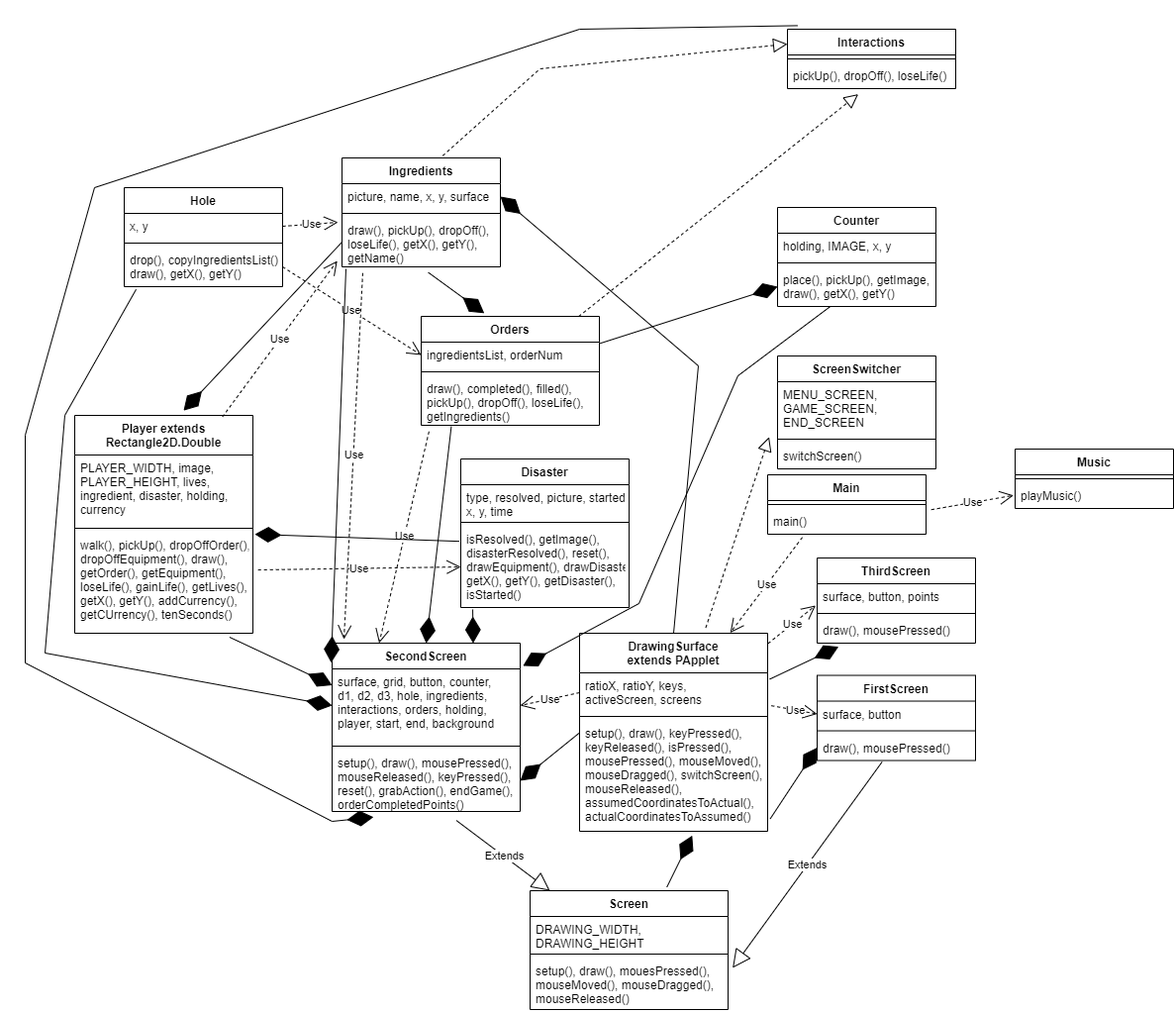
Before: CapstoneProject/doc/UML Final.png, a diagram exported from draw.io (HHSAPCompSci2021/capstoneproject-capstone-iris-chloe-sohum-devil). Source tidied: cells renumbered, new cells last; positions are measured from the earlier drawing's top-left corner, leaving out a move shared by most shapes.
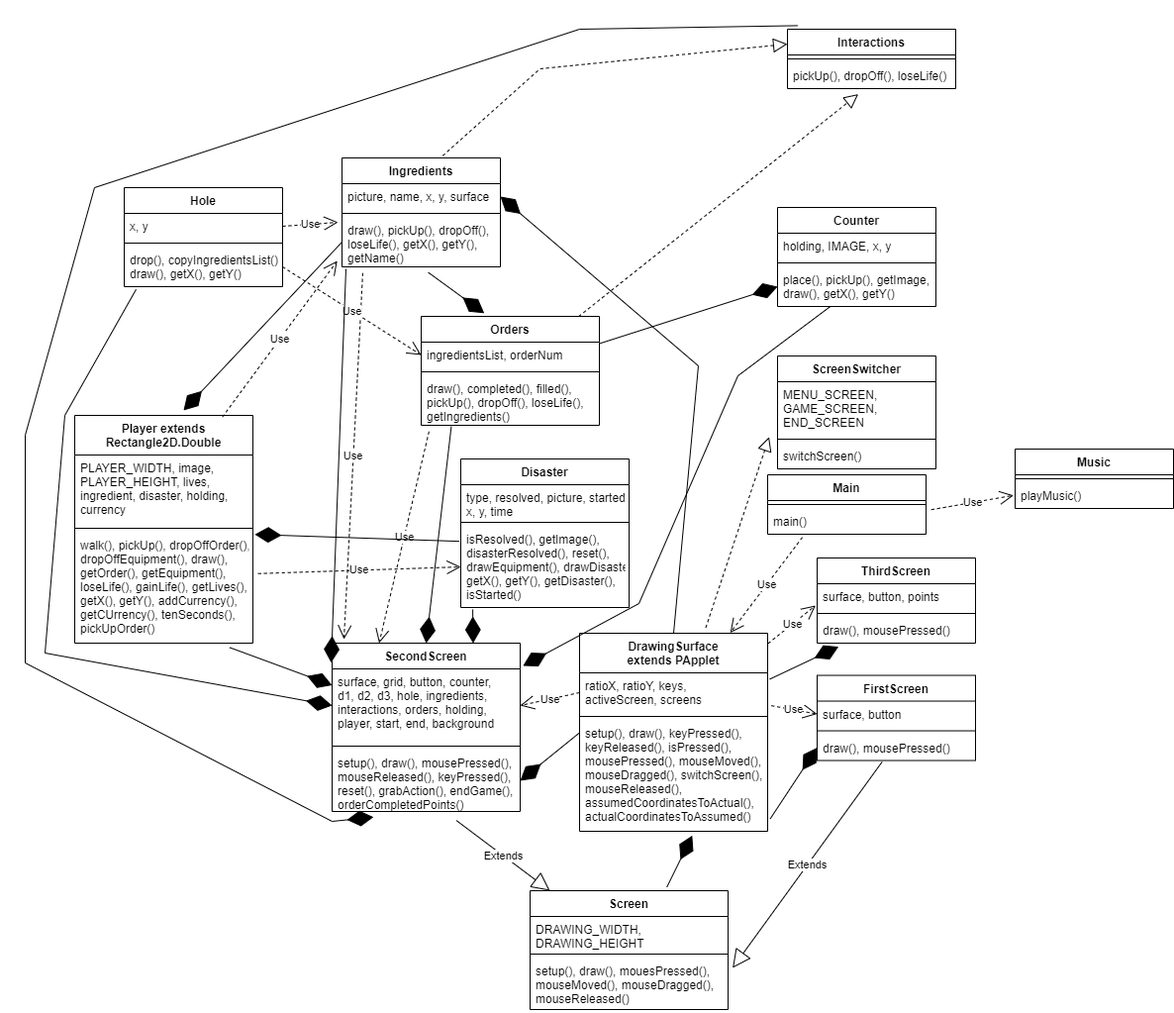
After the commit.

What changed in the source:
```diff
@@ -93,7 +93,7 @@
       <mxGeometry y="60" width="180" height="50" as="geometry" />
     </mxCell>
     <mxCell id="32" value="Player extends&#10;Rectangle2D.Double" style="swimlane;fontStyle=1;align=center;verticalAlign=top;horizontal=1;startSize=40;" parent="1" vertex="1">
-      <mxGeometry x="50" y="390" width="180" height="220" as="geometry" />
+      <mxGeometry x="50" y="390" width="180" height="230" as="geometry" />
     </mxCell>
     <mxCell id="33" value="PLAYER_WIDTH, image,&#10;PLAYER_HEIGHT, lives,&#10;ingredient, disaster, holding,&#10;currency" style="text;strokeColor=none;fillColor=none;align=left;verticalAlign=top;spacingLeft=4;spacingRight=4;overflow=hidden;" parent="32" vertex="1">
       <mxGeometry y="40" width="180" height="70" as="geometry" />
@@ -101,8 +101,8 @@
     <mxCell id="34" style="line;strokeWidth=1;fillColor=none;align=left;verticalAlign=middle;spacingTop=-1;spacingLeft=3;spacingRight=3;labelPosition=right;" parent="32" vertex="1">
       <mxGeometry y="110" width="180" height="8" as="geometry" />
     </mxCell>
-    <mxCell id="35" value="walk(), pickUp(), dropOffOrder(),&#10;dropOffEquipment(), draw(),&#10;getOrder(), getEquipment(),&#10;loseLife(), gainLife(), getLives(),&#10;getX(), getY(), addCurrency(),&#10;getCUrrency(), tenSeconds()" style="text;strokeColor=none;fillColor=none;align=left;verticalAlign=top;spacingLeft=4;spacingRight=4;overflow=hidden;points=[[0,0.5],[1,0.5]];portConstraint=eastwest;" parent="32" vertex="1">
-      <mxGeometry y="118" width="180" height="102" as="geometry" />
+    <mxCell id="35" value="walk(), pickUp(), dropOffOrder(),&#10;dropOffEquipment(), draw(),&#10;getOrder(), getEquipment(),&#10;loseLife(), gainLife(), getLives(),&#10;getX(), getY(), addCurrency(),&#10;getCUrrency(), tenSeconds(), &#10;pickUpOrder()" style="text;strokeColor=none;fillColor=none;align=left;verticalAlign=top;spacingLeft=4;spacingRight=4;overflow=hidden;points=[[0,0.5],[1,0.5]];portConstraint=eastwest;" parent="32" vertex="1">
+      <mxGeometry y="118" width="180" height="112" as="geometry" />
     </mxCell>
     <mxCell id="36" value="FirstScreen" style="swimlane;fontStyle=1;align=center;verticalAlign=top;horizontal=1;startSize=26;" parent="1" vertex="1">
       <mxGeometry x="800" y="652.5" width="160" height="86" as="geometry" />
```
